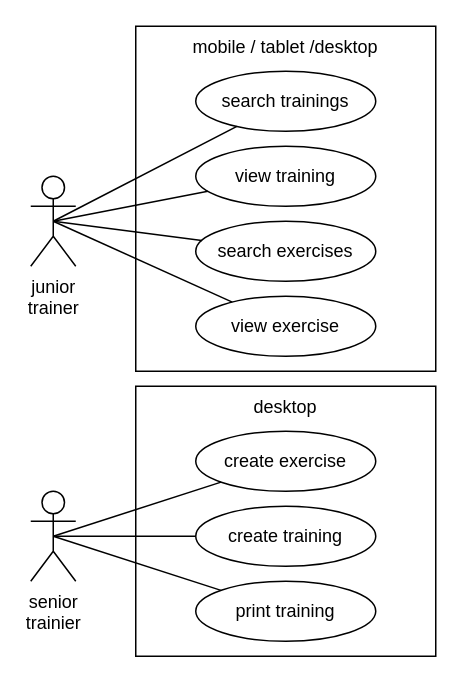
Earlier version of the draw.io diagram 01_requirements/use_cases.drawio (David17b/hb_training). Source tidied: cells renumbered, new cells numbered last; positions are measured from the earlier drawing's top-left corner, leaving out a move shared by most shapes. Both pictures are drawn from the tidied source at 150%, with x=0, y=0 at pixel (30, 26).
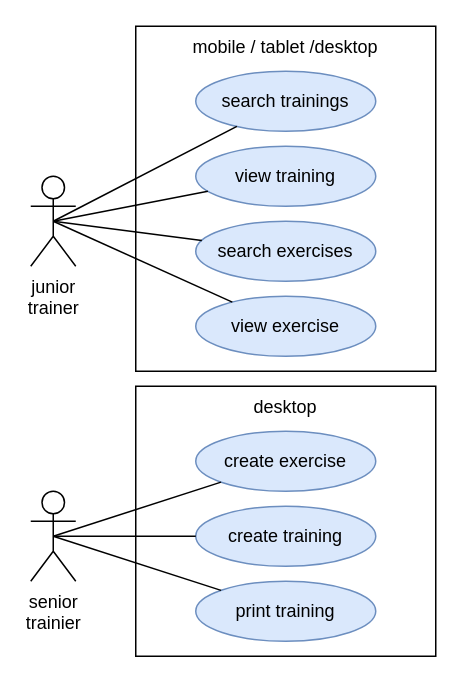
After the change.

The edit, as a diff of the source:
```diff
@@
 <mxGraphModel>
   <root>
     <mxCell id="0" />
     <mxCell id="1" parent="0" />
     <mxCell id="2" value="mobile / tablet /desktop" style="rounded=0;whiteSpace=wrap;html=1;fillColor=none;verticalAlign=top;" parent="1" vertex="1">
       <mxGeometry x="70" width="200" height="230" as="geometry" />
     </mxCell>
     <mxCell id="3" value="desktop" style="rounded=0;whiteSpace=wrap;html=1;fillColor=none;verticalAlign=top;" parent="1" vertex="1">
       <mxGeometry x="70" y="240" width="200" height="180" as="geometry" />
     </mxCell>
-    <mxCell id="4" value="view exercise" style="ellipse;whiteSpace=wrap;html=1;" parent="1" vertex="1">
+    <mxCell id="4" value="view exercise" style="ellipse;whiteSpace=wrap;html=1;fillColor=#dae8fc;strokeColor=#6c8ebf;" parent="1" vertex="1">
       <mxGeometry x="110" y="180" width="120" height="40" as="geometry" />
     </mxCell>
-    <mxCell id="5" value="search exercises" style="ellipse;whiteSpace=wrap;html=1;" parent="1" vertex="1">
+    <mxCell id="5" value="search exercises" style="ellipse;whiteSpace=wrap;html=1;fillColor=#dae8fc;strokeColor=#6c8ebf;" parent="1" vertex="1">
       <mxGeometry x="110" y="130" width="120" height="40" as="geometry" />
     </mxCell>
-    <mxCell id="6" value="create exercise" style="ellipse;whiteSpace=wrap;html=1;" parent="1" vertex="1">
+    <mxCell id="6" value="create exercise" style="ellipse;whiteSpace=wrap;html=1;fillColor=#dae8fc;strokeColor=#6c8ebf;" parent="1" vertex="1">
       <mxGeometry x="110" y="270" width="120" height="40" as="geometry" />
     </mxCell>
-    <mxCell id="7" value="create training" style="ellipse;whiteSpace=wrap;html=1;" parent="1" vertex="1">
+    <mxCell id="7" value="create training" style="ellipse;whiteSpace=wrap;html=1;fillColor=#dae8fc;strokeColor=#6c8ebf;" parent="1" vertex="1">
       <mxGeometry x="110" y="320" width="120" height="40" as="geometry" />
     </mxCell>
-    <mxCell id="8" value="search trainings" style="ellipse;whiteSpace=wrap;html=1;" parent="1" vertex="1">
+    <mxCell id="8" value="search trainings" style="ellipse;whiteSpace=wrap;html=1;fillColor=#dae8fc;strokeColor=#6c8ebf;" parent="1" vertex="1">
       <mxGeometry x="110" y="30" width="120" height="40" as="geometry" />
     </mxCell>
     <mxCell id="9" value="senior&lt;br&gt;trainier" style="shape=umlActor;verticalLabelPosition=bottom;verticalAlign=top;html=1;" parent="1" vertex="1">
       <mxGeometry y="310" width="30" height="60" as="geometry" />
     </mxCell>
-    <mxCell id="10" value="print training" style="ellipse;whiteSpace=wrap;html=1;" parent="1" vertex="1">
+    <mxCell id="10" value="print training" style="ellipse;whiteSpace=wrap;html=1;fillColor=#dae8fc;strokeColor=#6c8ebf;" parent="1" vertex="1">
       <mxGeometry x="110" y="370" width="120" height="40" as="geometry" />
     </mxCell>
     <mxCell id="11" style="endArrow=none;html=1;rounded=0;exitX=0.5;exitY=0.5;exitDx=0;exitDy=0;exitPerimeter=0;" parent="1" edge="1" source="19" target="5">
       <mxGeometry relative="1" as="geometry" />
     </mxCell>
     <mxCell id="12" style="endArrow=none;html=1;rounded=0;exitX=0.5;exitY=0.5;exitDx=0;exitDy=0;exitPerimeter=0;" parent="1" edge="1" source="9" target="6">
       <mxGeometry relative="1" as="geometry" />
     </mxCell>
     <mxCell id="13" style="endArrow=none;html=1;rounded=0;exitX=0.5;exitY=0.5;exitDx=0;exitDy=0;exitPerimeter=0;" parent="1" edge="1" source="9" target="10">
       <mxGeometry relative="1" as="geometry" />
     </mxCell>
     <mxCell id="14" style="endArrow=none;html=1;rounded=0;exitX=0.5;exitY=0.5;exitDx=0;exitDy=0;exitPerimeter=0;" parent="1" edge="1" source="9" target="7">
       <mxGeometry relative="1" as="geometry" />
     </mxCell>
     <mxCell id="15" style="endArrow=none;html=1;rounded=0;exitX=0.5;exitY=0.5;exitDx=0;exitDy=0;exitPerimeter=0;" parent="1" edge="1" source="19" target="4">
       <mxGeometry relative="1" as="geometry" />
     </mxCell>
     <mxCell id="16" style="endArrow=none;html=1;rounded=0;exitX=0.5;exitY=0.5;exitDx=0;exitDy=0;exitPerimeter=0;" parent="1" edge="1" source="19" target="8">
       <mxGeometry relative="1" as="geometry" />
     </mxCell>
-    <mxCell id="17" value="view training" style="ellipse;whiteSpace=wrap;html=1;" parent="1" vertex="1">
+    <mxCell id="17" value="view training" style="ellipse;whiteSpace=wrap;html=1;fillColor=#dae8fc;strokeColor=#6c8ebf;" parent="1" vertex="1">
       <mxGeometry x="110" y="80" width="120" height="40" as="geometry" />
     </mxCell>
     <mxCell id="18" style="endArrow=none;html=1;rounded=0;exitX=0.5;exitY=0.5;exitDx=0;exitDy=0;exitPerimeter=0;" parent="1" edge="1" source="19" target="17">
       <mxGeometry relative="1" as="geometry" />
     </mxCell>
     <mxCell id="19" value="junior&lt;br&gt;trainer" style="shape=umlActor;verticalLabelPosition=bottom;verticalAlign=top;html=1;" parent="1" vertex="1">
       <mxGeometry y="100" width="30" height="60" as="geometry" />
     </mxCell>
   </root>
 </mxGraphModel>
```
